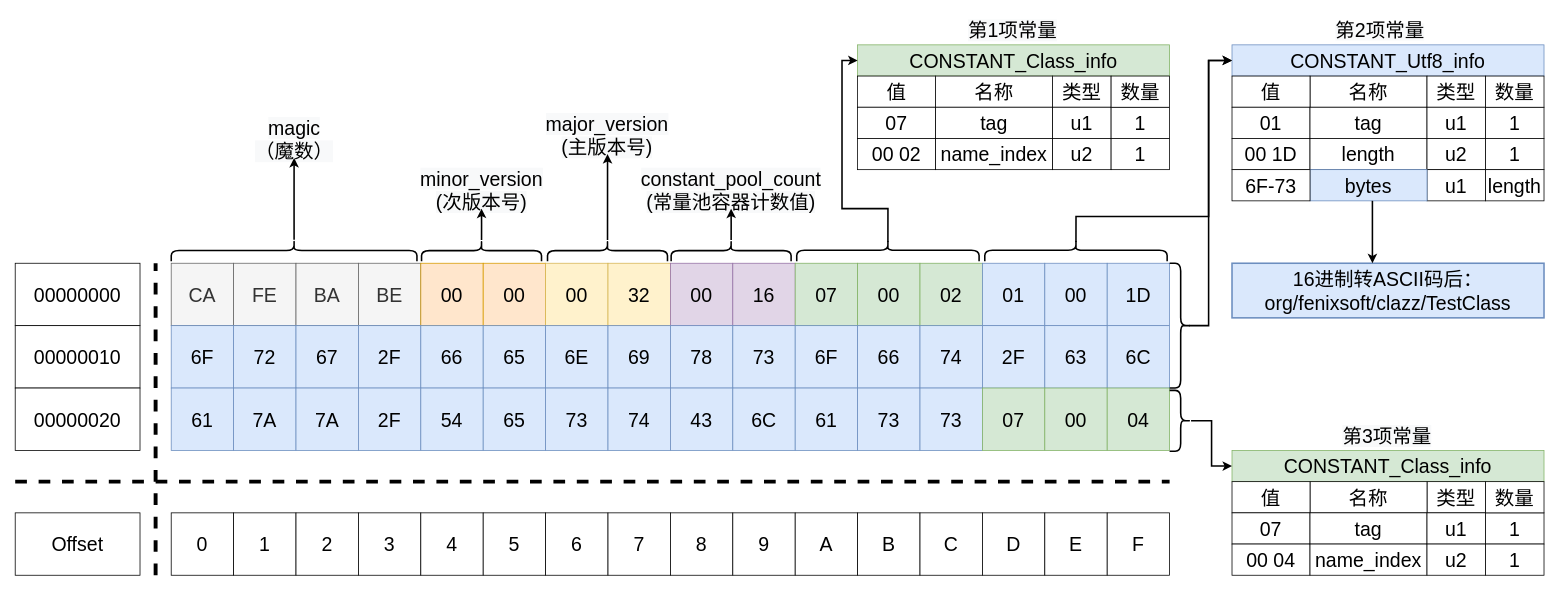
Before: 常量池/Untitled Diagram.drawio in zero-97/picture-of-the-article, a draw.io diagram. Source tidied: cells renumbered, new cells numbered last; positions are measured from the earlier drawing's top-left corner, leaving out a move shared by most shapes. Both pictures are drawn from the tidied source at 78%, with x=0, y=0 at pixel (15, 13).
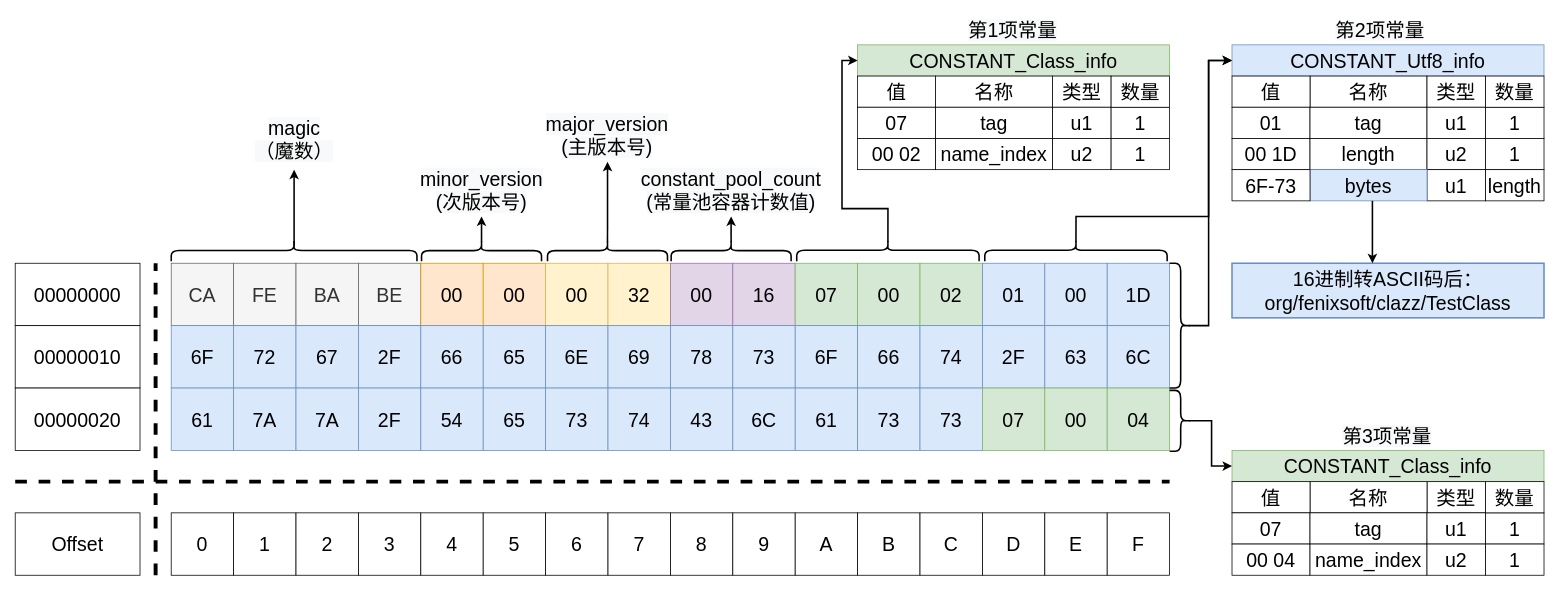
Above is the later version.

The change refers to these unchanged cells:
```xml
<mxCell id="2" style="group;" parent="1" vertex="1">
  <mxGeometry width="1960" height="720" as="geometry" />
</mxCell>
<mxCell id="51" style="shape=curlyBracket;whiteSpace=wrap;html=1;rounded=1;flipH=1;rotation=-90;strokeWidth=2;" parent="2" vertex="1">
  <mxGeometry x="343.8" y="146.2" width="27.5" height="315" as="geometry" />
</mxCell>
<mxCell id="52" style="shape=curlyBracket;whiteSpace=wrap;html=1;rounded=1;flipH=1;rotation=-90;strokeWidth=2;" parent="2" vertex="1">
  <mxGeometry x="584.1" y="226.9" width="27.5" height="153.8" as="geometry" />
</mxCell>
<mxCell id="56" style="shape=curlyBracket;whiteSpace=wrap;html=1;rounded=1;flipH=1;rotation=-90;strokeWidth=2;" parent="2" vertex="1">
  <mxGeometry x="745.6" y="226.9" width="27.5" height="153.8" as="geometry" />
</mxCell>
<mxCell id="59" style="shape=curlyBracket;whiteSpace=wrap;html=1;rounded=1;flipH=1;rotation=-90;strokeWidth=2;" parent="2" vertex="1">
  <mxGeometry x="904.1" y="226.9" width="27.5" height="153.8" as="geometry" />
</mxCell>
<mxCell id="90" style="shape=curlyBracket;whiteSpace=wrap;html=1;rounded=1;flipH=1;rotation=0;size=0.48399999999999804;strokeWidth=2;" parent="2" vertex="1">
  <mxGeometry x="1480" y="483" width="27.5" height="78" as="geometry" />
</mxCell>
<mxCell id="114" value="&lt;span style=&quot;font-family: helvetica; font-size: 25px;&quot;&gt;CONSTANT_Class_info&lt;/span&gt;" style="rounded=0;whiteSpace=wrap;html=1;labelBackgroundColor=none;labelBorderColor=none;fontSize=25;strokeWidth=1;fillColor=#d5e8d4;strokeColor=#82b366;" parent="113" vertex="1">
  <mxGeometry width="400" height="40" as="geometry" />
</mxCell>
```

What changed in the source:
```diff
@@
     <mxCell id="53" value="&lt;font style=&quot;font-size: 25px&quot;&gt;&lt;span style=&quot;color: rgb(0 , 0 , 0) ; font-family: &amp;#34;helvetica&amp;#34; ; font-style: normal ; font-weight: 400 ; letter-spacing: normal ; text-indent: 0px ; text-transform: none ; word-spacing: 0px ; background-color: rgb(248 , 249 , 250) ; display: inline ; float: none&quot;&gt;minor_version&lt;/span&gt;&lt;br style=&quot;color: rgb(0 , 0 , 0) ; font-family: &amp;#34;helvetica&amp;#34; ; font-style: normal ; font-weight: 400 ; letter-spacing: normal ; text-indent: 0px ; text-transform: none ; word-spacing: 0px ; background-color: rgb(248 , 249 , 250)&quot;&gt;&lt;span style=&quot;color: rgb(0 , 0 , 0) ; font-family: &amp;#34;helvetica&amp;#34; ; font-style: normal ; font-weight: 400 ; letter-spacing: normal ; text-indent: 0px ; text-transform: none ; word-spacing: 0px ; background-color: rgb(248 , 249 , 250) ; display: inline ; float: none&quot;&gt;(次版本号)&lt;/span&gt;&lt;/font&gt;" style="text;whiteSpace=wrap;html=1;fontSize=20;align=center;" parent="2" vertex="1">
-      <mxGeometry x="547.8" y="190" width="100" height="60" as="geometry" />
+      <mxGeometry x="547.8" y="190" width="100" height="70" as="geometry" />
     </mxCell>
-    <mxCell id="54" style="edgeStyle=orthogonalEdgeStyle;rounded=0;jettySize=auto;html=1;entryX=0.5;entryY=1;entryDx=0;entryDy=0;fontSize=11;strokeWidth=2;" parent="2" edge="1" source="52" target="53">
+    <mxCell id="54" style="edgeStyle=orthogonalEdgeStyle;rounded=0;jettySize=auto;html=1;entryX=0.5;entryY=1;entryDx=0;entryDy=0;fontSize=11;strokeWidth=2;exitX=0.1;exitY=0.5;exitDx=0;exitDy=0;exitPerimeter=0;" parent="2" edge="1" source="52" target="53">
       <mxGeometry relative="1" as="geometry" />
     </mxCell>
     <mxCell id="55" value="&lt;font style=&quot;font-size: 25px&quot;&gt;&lt;span style=&quot;color: rgb(0 , 0 , 0) ; font-family: &amp;#34;helvetica&amp;#34; ; font-style: normal ; font-weight: 400 ; letter-spacing: normal ; text-indent: 0px ; text-transform: none ; word-spacing: 0px ; background-color: rgb(248 , 249 , 250) ; display: inline ; float: none&quot;&gt;magic&lt;/span&gt;&lt;br style=&quot;color: rgb(0 , 0 , 0) ; font-family: &amp;#34;helvetica&amp;#34; ; font-style: normal ; font-weight: 400 ; letter-spacing: normal ; text-indent: 0px ; text-transform: none ; word-spacing: 0px ; background-color: rgb(248 , 249 , 250)&quot;&gt;&lt;span style=&quot;color: rgb(0 , 0 , 0) ; font-family: &amp;#34;helvetica&amp;#34; ; font-style: normal ; font-weight: 400 ; letter-spacing: normal ; text-indent: 0px ; text-transform: none ; word-spacing: 0px ; background-color: rgb(248 , 249 , 250) ; display: inline ; float: none&quot;&gt;（魔数）&lt;/span&gt;&lt;/font&gt;" style="text;whiteSpace=wrap;html=1;fontSize=20;align=center;" parent="2" vertex="1">
-      <mxGeometry x="303.8" y="125" width="107.5" height="60" as="geometry" />
+      <mxGeometry x="303.8" y="125" width="107.5" height="75" as="geometry" />
     </mxCell>
@@
-    <mxCell id="57" style="edgeStyle=orthogonalEdgeStyle;rounded=0;jettySize=auto;html=1;fontSize=20;strokeColor=#000000;strokeWidth=2;entryX=0.5;entryY=1;entryDx=0;entryDy=0;" parent="2" edge="1" source="51" target="55">
+    <mxCell id="57" style="edgeStyle=orthogonalEdgeStyle;rounded=0;jettySize=auto;html=1;fontSize=20;strokeColor=#000000;strokeWidth=2;entryX=0.5;entryY=1;entryDx=0;entryDy=0;exitX=0.26;exitY=0.5;exitDx=0;exitDy=0;exitPerimeter=0;" parent="2" edge="1" source="51" target="55">
       <mxGeometry relative="1" as="geometry" />
     </mxCell>
     <mxCell id="58" value="&lt;span style=&quot;color: rgb(0, 0, 0); font-family: helvetica; font-size: 25px; font-style: normal; font-weight: 400; letter-spacing: normal; text-indent: 0px; text-transform: none; word-spacing: 0px; background-color: rgb(248, 249, 250); display: inline; float: none;&quot;&gt;major_version&lt;/span&gt;&lt;br style=&quot;color: rgb(0, 0, 0); font-family: helvetica; font-size: 25px; font-style: normal; font-weight: 400; letter-spacing: normal; text-indent: 0px; text-transform: none; word-spacing: 0px; background-color: rgb(248, 249, 250);&quot;&gt;&lt;span style=&quot;color: rgb(0, 0, 0); font-family: helvetica; font-size: 25px; font-style: normal; font-weight: 400; letter-spacing: normal; text-indent: 0px; text-transform: none; word-spacing: 0px; background-color: rgb(248, 249, 250); display: inline; float: none;&quot;&gt;(主版本号)&lt;/span&gt;" style="text;whiteSpace=wrap;html=1;fontSize=25;align=center;" parent="2" vertex="1">
-      <mxGeometry x="709.4" y="120" width="100" height="60" as="geometry" />
+      <mxGeometry x="709.4" y="120" width="100" height="70" as="geometry" />
     </mxCell>
@@
-    <mxCell id="60" style="edgeStyle=orthogonalEdgeStyle;rounded=0;jettySize=auto;html=1;entryX=0.5;entryY=1;entryDx=0;entryDy=0;fontSize=11;strokeWidth=2;" parent="2" edge="1" source="56" target="58">
+    <mxCell id="60" style="edgeStyle=orthogonalEdgeStyle;rounded=0;jettySize=auto;html=1;entryX=0.5;entryY=1;entryDx=0;entryDy=0;fontSize=11;strokeWidth=2;exitX=0.1;exitY=0.5;exitDx=0;exitDy=0;exitPerimeter=0;" parent="2" edge="1" source="56" target="58">
       <mxGeometry relative="1" as="geometry" />
     </mxCell>
     <mxCell id="61" value="&lt;font style=&quot;font-size: 25px&quot;&gt;&lt;span style=&quot;color: rgb(0 , 0 , 0) ; font-family: &amp;#34;helvetica&amp;#34; ; font-style: normal ; font-weight: 400 ; letter-spacing: normal ; text-indent: 0px ; text-transform: none ; word-spacing: 0px ; background-color: rgb(248 , 249 , 250) ; display: inline ; float: none&quot;&gt;constant_pool_count&lt;/span&gt;&lt;br style=&quot;color: rgb(0 , 0 , 0) ; font-family: &amp;#34;helvetica&amp;#34; ; font-style: normal ; font-weight: 400 ; letter-spacing: normal ; text-indent: 0px ; text-transform: none ; word-spacing: 0px ; background-color: rgb(248 , 249 , 250)&quot;&gt;&lt;span style=&quot;color: rgb(0 , 0 , 0) ; font-family: &amp;#34;helvetica&amp;#34; ; font-style: normal ; font-weight: 400 ; letter-spacing: normal ; text-indent: 0px ; text-transform: none ; word-spacing: 0px ; background-color: rgb(248 , 249 , 250) ; display: inline ; float: none&quot;&gt;(常量池容器计数值)&lt;/span&gt;&lt;/font&gt;" style="text;whiteSpace=wrap;html=1;fontSize=20;align=center;" parent="2" vertex="1">
-      <mxGeometry x="867.8" y="190" width="100" height="60" as="geometry" />
+      <mxGeometry x="867.8" y="190" width="100" height="70" as="geometry" />
     </mxCell>
@@
-    <mxCell id="63" style="edgeStyle=orthogonalEdgeStyle;rounded=0;jettySize=auto;html=1;entryX=0.5;entryY=1;entryDx=0;entryDy=0;fontSize=11;strokeWidth=2;" parent="2" edge="1" source="59" target="61">
+    <mxCell id="63" style="edgeStyle=orthogonalEdgeStyle;rounded=0;jettySize=auto;html=1;entryX=0.5;entryY=1;entryDx=0;entryDy=0;fontSize=11;strokeWidth=2;exitX=0.1;exitY=0.5;exitDx=0;exitDy=0;exitPerimeter=0;" parent="2" edge="1" source="59" target="61">
       <mxGeometry relative="1" as="geometry" />
     </mxCell>
@@
-    <mxCell id="128" style="edgeStyle=orthogonalEdgeStyle;rounded=0;jettySize=auto;html=1;fontSize=20;strokeColor=#000000;strokeWidth=2;" parent="2" edge="1" source="90" target="114">
+    <mxCell id="128" style="edgeStyle=orthogonalEdgeStyle;rounded=0;jettySize=auto;html=1;fontSize=20;strokeColor=#000000;strokeWidth=2;exitX=0.1;exitY=0.5;exitDx=0;exitDy=0;exitPerimeter=0;" parent="2" edge="1" source="90" target="114">
       <mxGeometry relative="1" as="geometry" />
     </mxCell>
```
